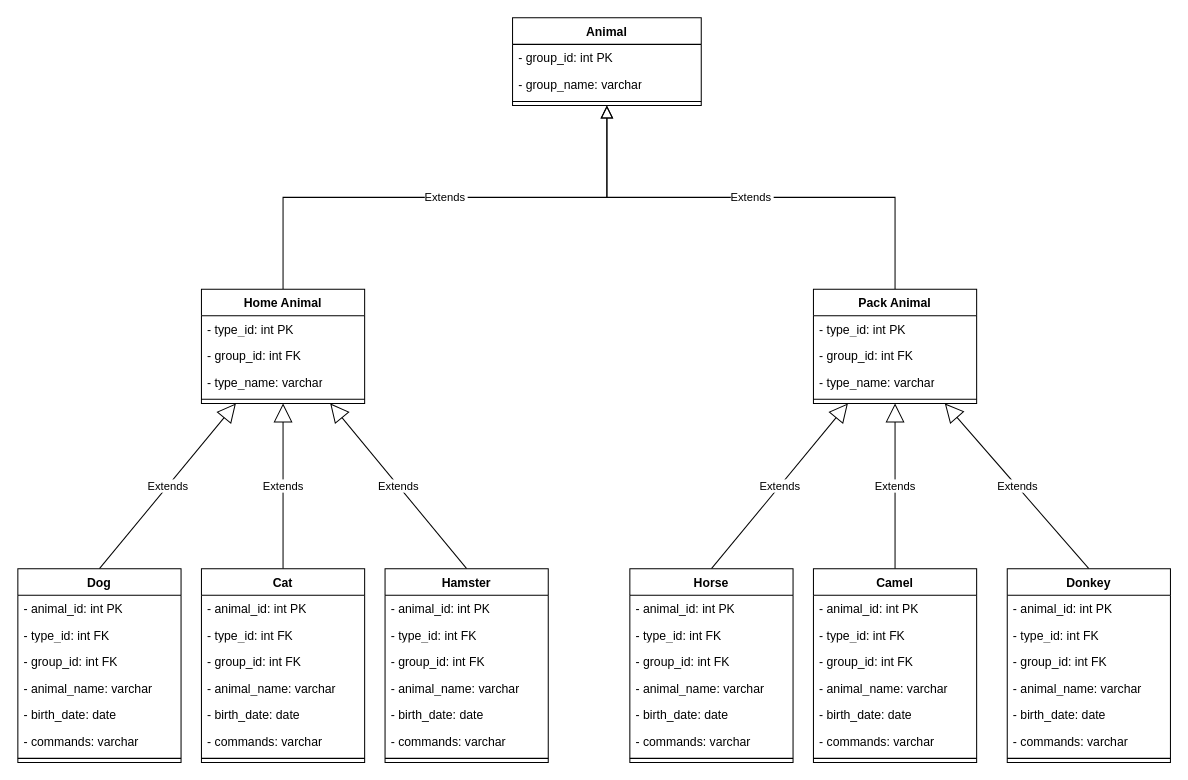
Earlier version of the draw.io diagram AnimalsClassDiagramm.drawio (natasha-s-geekbrains/Final_test_specialization). Source tidied: cells renumbered, new cells numbered last; positions are measured from the earlier drawing's top-left corner, leaving out a move shared by most shapes. Both pictures are drawn from the tidied source at 102%, with x=0, y=0 at pixel (17, 17).
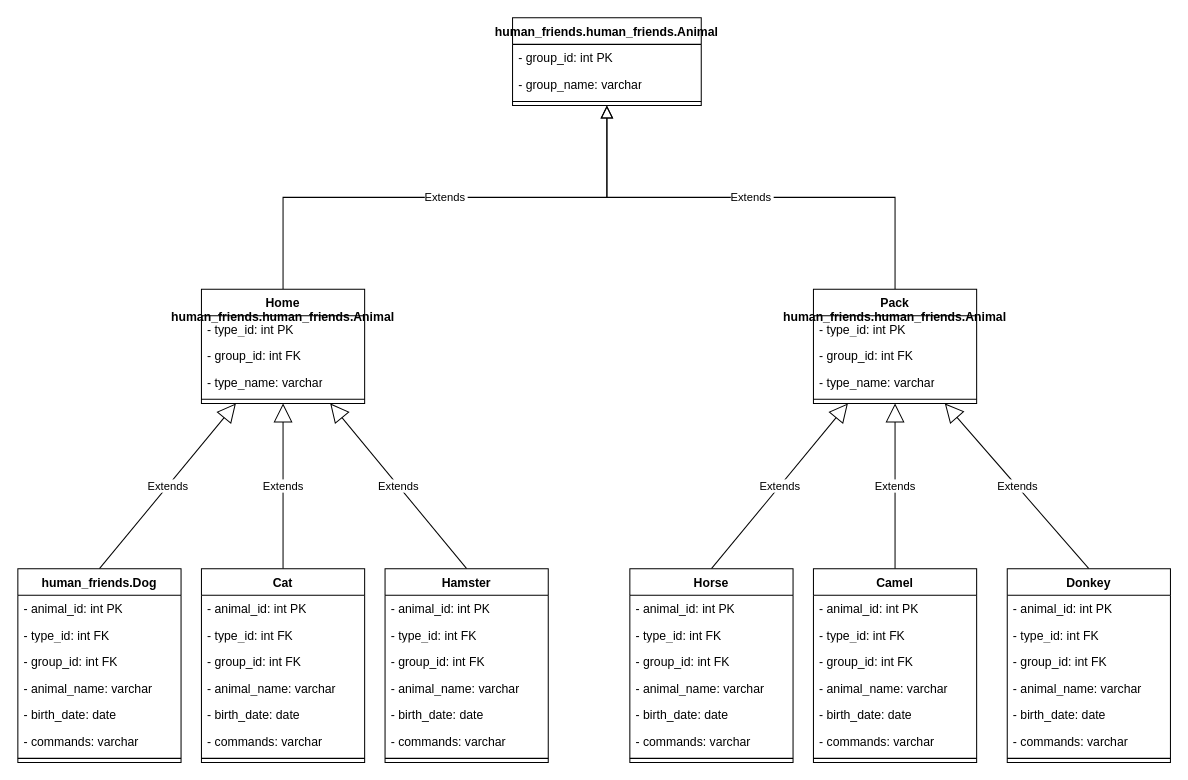
After the change.

Commit message (it also covers changes not shown here):
add class task#13

What changed in the source:
```diff
@@
-    <mxCell id="10" value="Animal" style="swimlane;fontStyle=1;align=center;verticalAlign=top;horizontal=1;startSize=26;whiteSpace=wrap;html=1;" parent="1" vertex="1">
+    <mxCell id="10" value="human_friends.human_friends.Animal" style="swimlane;fontStyle=1;align=center;verticalAlign=top;horizontal=1;startSize=26;whiteSpace=wrap;html=1;" parent="1" vertex="1">
       <mxGeometry x="485" width="185" height="86" as="geometry" />
     </mxCell>
@@
-    <mxCell id="14" value="Home Animal" style="swimlane;fontStyle=1;align=center;verticalAlign=top;horizontal=1;startSize=26;whiteSpace=wrap;html=1;" parent="1" vertex="1">
+    <mxCell id="14" value="Home human_friends.human_friends.Animal" style="swimlane;fontStyle=1;align=center;verticalAlign=top;horizontal=1;startSize=26;whiteSpace=wrap;html=1;" parent="1" vertex="1">
       <mxGeometry x="180" y="266" width="160" height="112" as="geometry" />
     </mxCell>
@@
-    <mxCell id="19" value="Pack Animal" style="swimlane;fontStyle=1;align=center;verticalAlign=top;horizontal=1;startSize=26;whiteSpace=wrap;html=1;" parent="1" vertex="1">
+    <mxCell id="19" value="Pack human_friends.human_friends.Animal" style="swimlane;fontStyle=1;align=center;verticalAlign=top;horizontal=1;startSize=26;whiteSpace=wrap;html=1;" parent="1" vertex="1">
       <mxGeometry x="780" y="266" width="160" height="112" as="geometry" />
     </mxCell>
@@
-    <mxCell id="32" value="Dog" style="swimlane;fontStyle=1;align=center;verticalAlign=top;horizontal=1;startSize=26;whiteSpace=wrap;html=1;" parent="1" vertex="1">
+    <mxCell id="32" value="human_friends.Dog" style="swimlane;fontStyle=1;align=center;verticalAlign=top;horizontal=1;startSize=26;whiteSpace=wrap;html=1;" parent="1" vertex="1">
       <mxGeometry y="540" width="160" height="190" as="geometry" />
     </mxCell>
```
